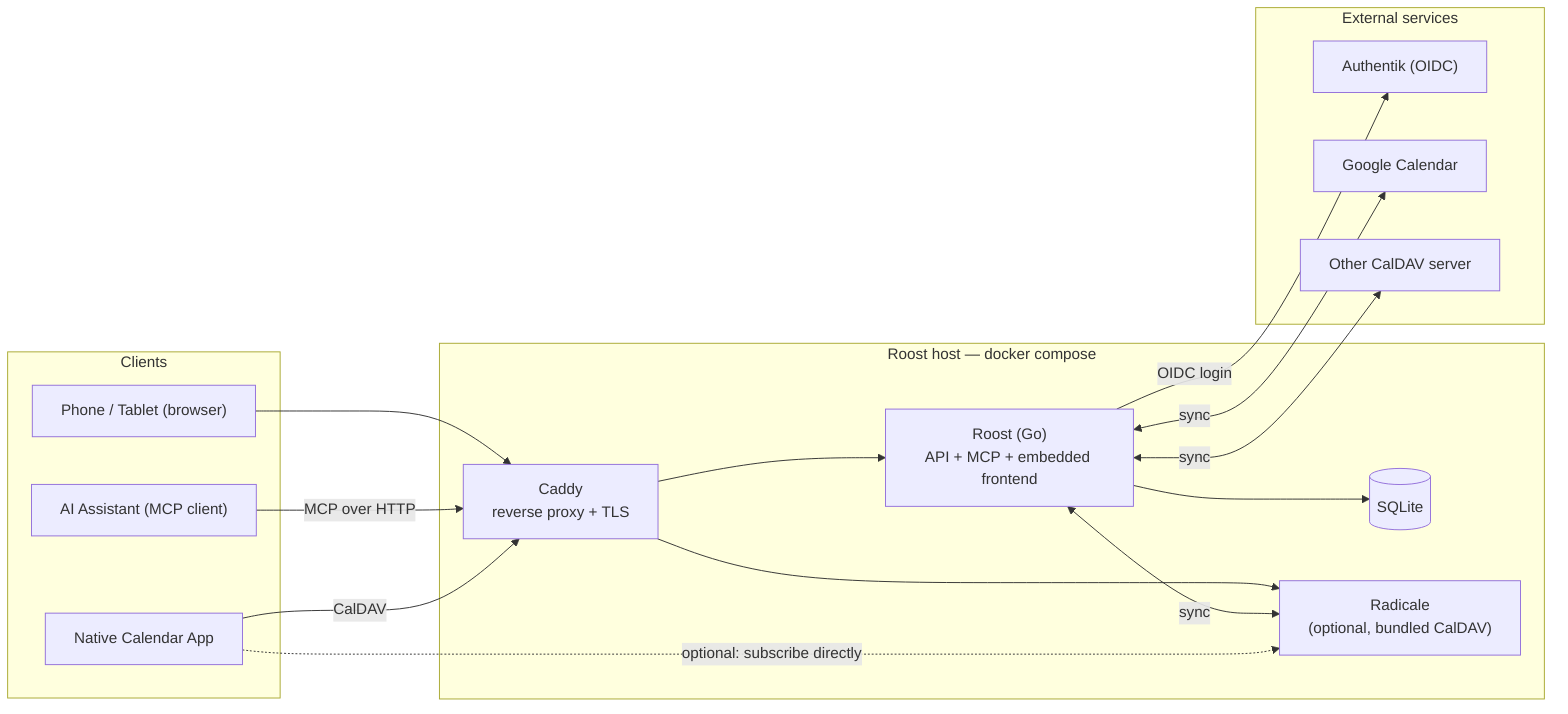
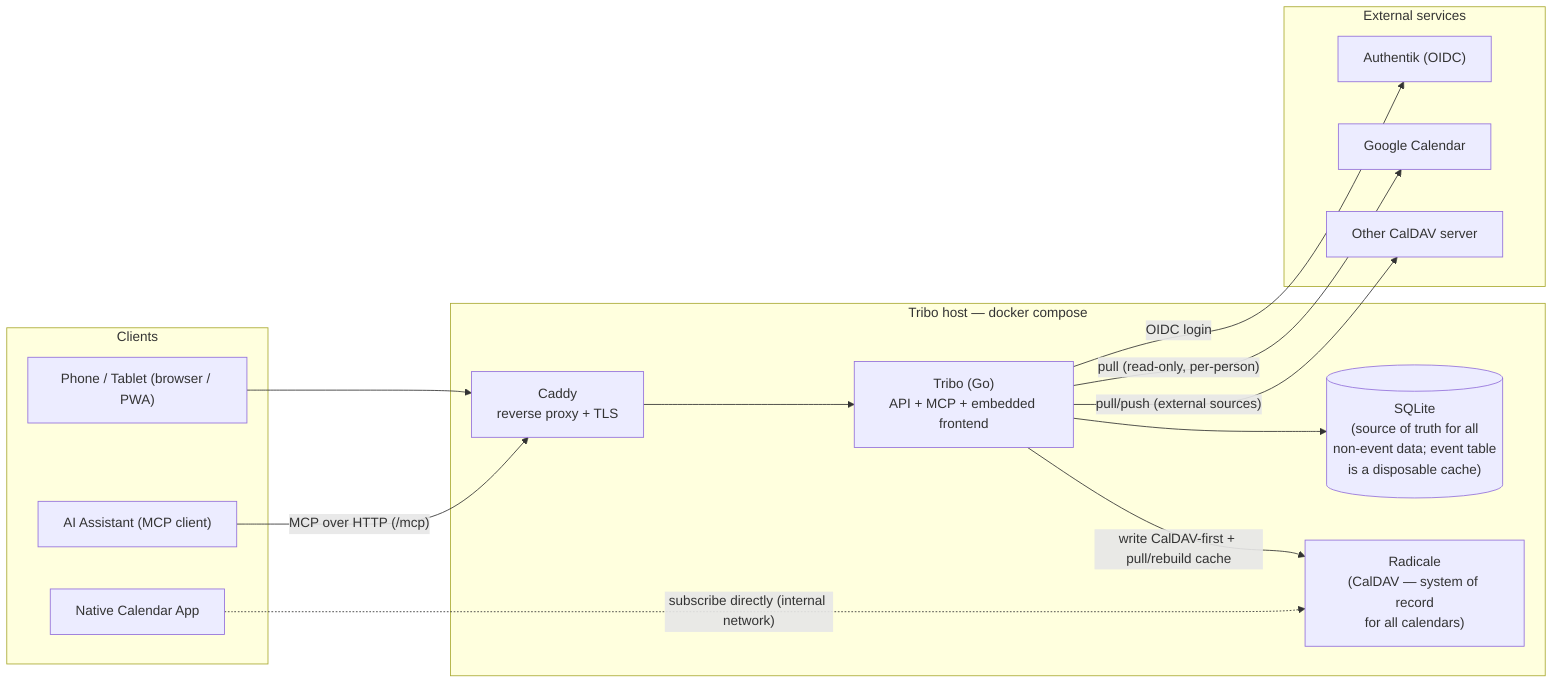
flowchart LR
  subgraph clients["Clients"]
-     phone["Phone / Tablet (browser)"]
+     phone["Phone / Tablet (browser / PWA)"]
    assistant["AI Assistant (MCP client)"]
    calapp["Native Calendar App"]
  end

-   subgraph host["Roost host — docker compose"]
+   subgraph host["Tribo host — docker compose"]
    caddy["Caddy<br/>reverse proxy + TLS"]
-     roost["Roost (Go)<br/>API + MCP + embedded frontend"]
-     db[("SQLite")]
-     radicale["Radicale<br/>(optional, bundled CalDAV)"]
+     tribo["Tribo (Go)<br/>API + MCP + embedded frontend"]
+     db[("SQLite<br/>(source of truth for all<br/>non-event data; event table<br/>is a disposable cache)")]
+     radicale["Radicale<br/>(CalDAV — system of record<br/>for all calendars)"]
  end

  subgraph external["External services"]
    authentik["Authentik (OIDC)"]
    google["Google Calendar"]
    caldav["Other CalDAV server"]
  end

  phone --> caddy
-   assistant -->|"MCP over HTTP"| caddy
-   calapp -->|"CalDAV"| caddy
-   caddy --> roost
-   caddy --> radicale
-   roost --> db
-   roost <-->|"sync"| radicale
-   roost <-->|"sync"| google
-   roost <-->|"sync"| caldav
-   roost -->|"OIDC login"| authentik
-   calapp -.->|"optional: subscribe directly"| radicale
+   assistant -->|"MCP over HTTP (/mcp)"| caddy
+   caddy --> tribo
+   tribo --> db
+   tribo -->|"write CalDAV-first + pull/rebuild cache"| radicale
+   tribo -->|"pull (read-only, per-person)"| google
+   tribo -->|"pull/push (external sources)"| caldav
+   tribo -->|"OIDC login"| authentik
+   calapp -.->|"subscribe directly (internal network)"| radicale
